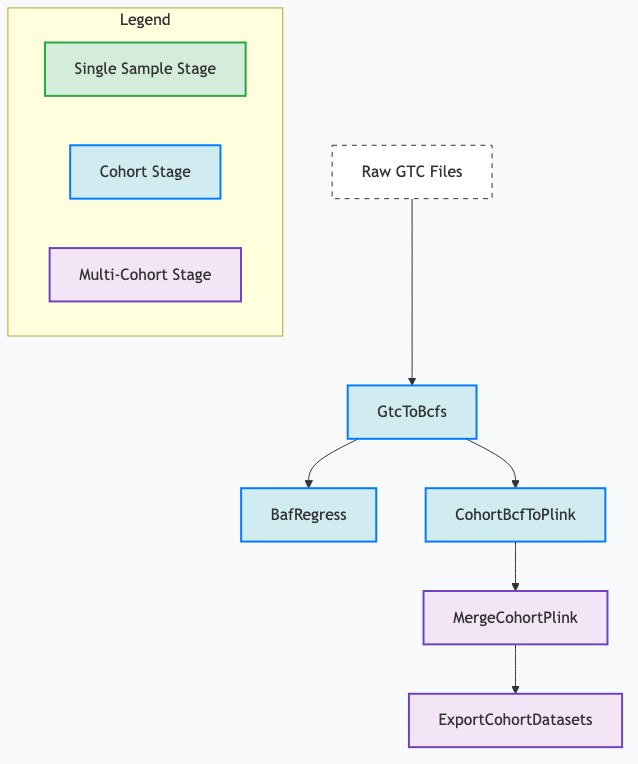
populationgenomics/popgen-genotyping keeps this Mermaid diagram as pipeline_dag.png. Above is the earlier version. Its source is kept beside it as pipeline_dag.mmd. The source it was exported from:
```mermaid
graph TD
    subgraph Legend
        direction LR
        L1[Single Sample Stage]:::sample
        L2[Cohort Stage]:::cohort
        L3[Multi-Cohort Stage]:::multicohort
    end

    GTC[Raw GTC Files]:::data --> GtoB[GtcToBcfs]:::cohort
    GtoB --> BAF[BafRegress]:::cohort
    GtoB --> BtoP[CohortBcfToPlink]:::cohort
    BtoP --> MCP[MergeCohortPlink]:::multicohort
    MCP --> ECD[ExportCohortDatasets]:::multicohort

    classDef sample fill:#d4edda,stroke:#28a745,stroke-width:2px;
    classDef cohort fill:#d1ecf1,stroke:#007bff,stroke-width:2px;
    classDef multicohort fill:#f3e5f5,stroke:#6f42c1,stroke-width:2px;
    classDef data fill:#fff,stroke:#333,stroke-dasharray: 5 5;

    class GtoB,BAF,BtoP cohort;
    class MCP,ECD multicohort;
```
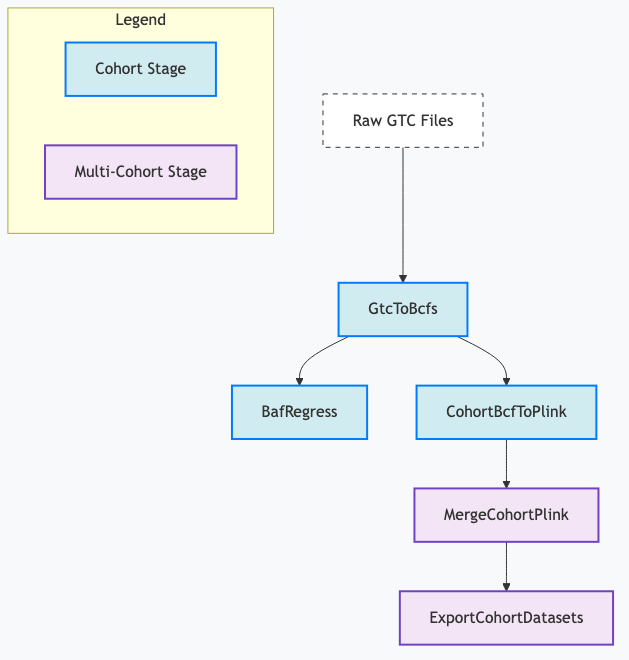
After the commit.

Commit message:
Simplify DAG legend by removing single-sample stage

Diff of the diagram source:
```diff
@@ -1,9 +1,8 @@
 graph TD
     subgraph Legend
         direction LR
-        L1[Single Sample Stage]:::sample
-        L2[Cohort Stage]:::cohort
-        L3[Multi-Cohort Stage]:::multicohort
+        L1[Cohort Stage]:::cohort
+        L2[Multi-Cohort Stage]:::multicohort
     end
 
     GTC[Raw GTC Files]:::data --> GtoB[GtcToBcfs]:::cohort
@@ -12,7 +11,6 @@
     BtoP --> MCP[MergeCohortPlink]:::multicohort
     MCP --> ECD[ExportCohortDatasets]:::multicohort
 
-    classDef sample fill:#d4edda,stroke:#28a745,stroke-width:2px;
     classDef cohort fill:#d1ecf1,stroke:#007bff,stroke-width:2px;
     classDef multicohort fill:#f3e5f5,stroke:#6f42c1,stroke-width:2px;
     classDef data fill:#fff,stroke:#333,stroke-dasharray: 5 5;
```
